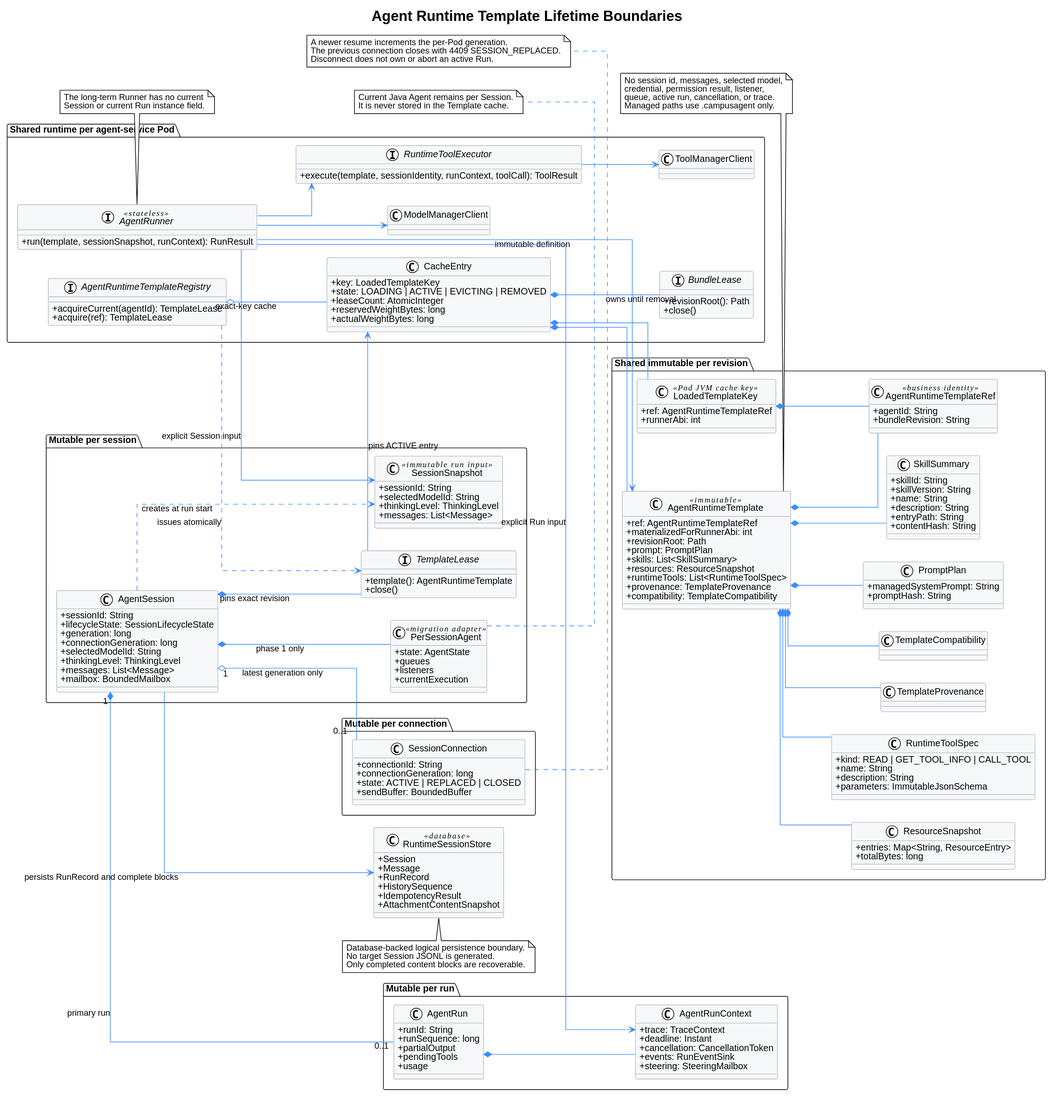
Earlier version of the PlantUML export agent-runtime-template/agent_runtime_template_lifetimes.svg (superheromeZzh/pi-mono-java-design).
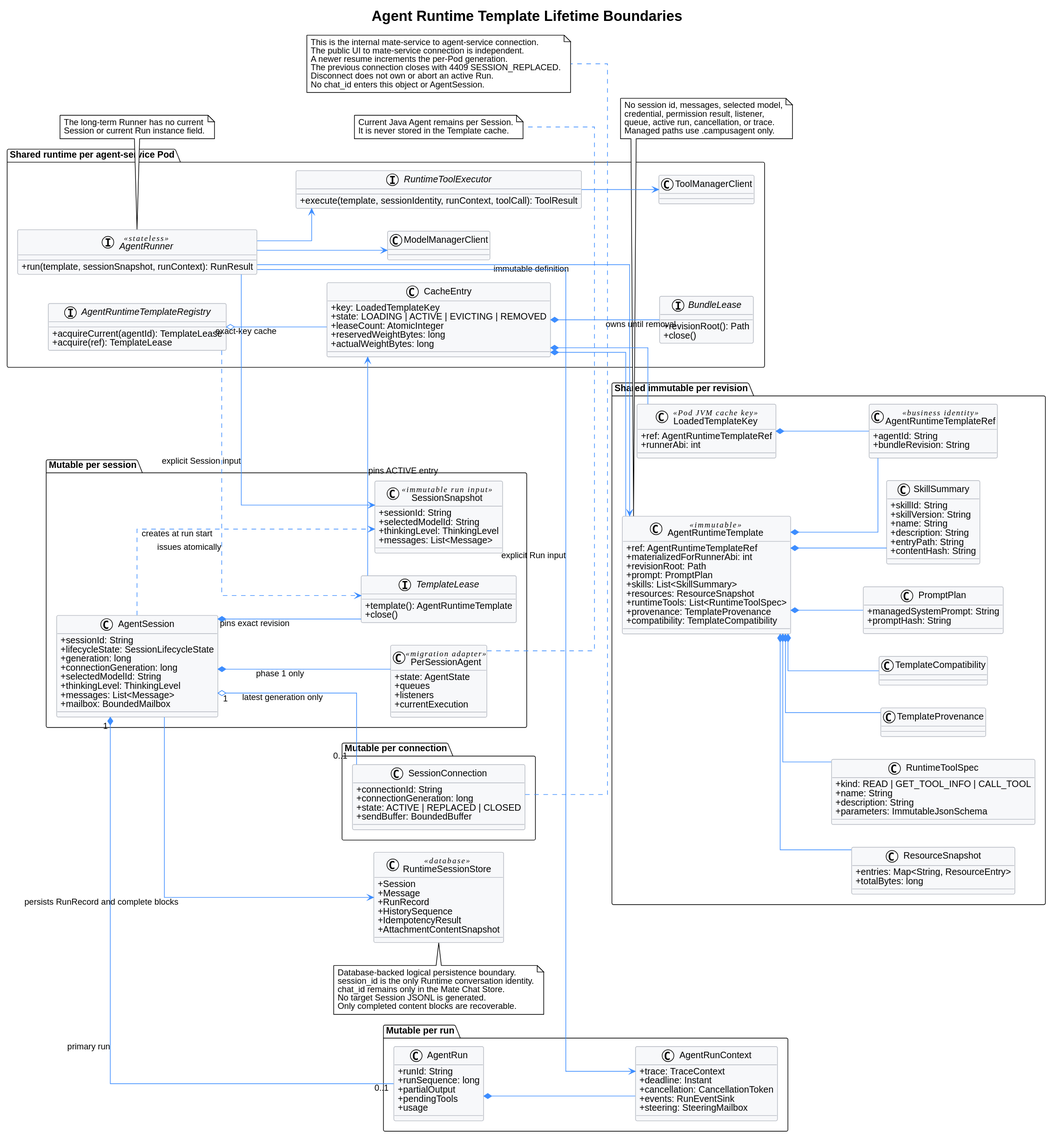
The same file after the commit.

Change to the diagram source:
```diff
@@ -212,13 +212,18 @@
 end note
 
 note bottom of SessionConnection
+  This is the internal mate-service to agent-service connection.
+  The public UI to mate-service connection is independent.
   A newer resume increments the per-Pod generation.
   The previous connection closes with 4409 SESSION_REPLACED.
   Disconnect does not own or abort an active Run.
+  No chat_id enters this object or AgentSession.
 end note
 
 note bottom of RuntimeSessionStore
   Database-backed logical persistence boundary.
+  session_id is the only Runtime conversation identity.
+  chat_id remains only in the Mate Chat Store.
   No target Session JSONL is generated.
   Only completed content blocks are recoverable.
 end note
```
